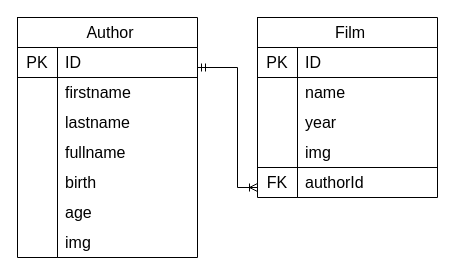
Earlier version of the draw.io diagram analysis/logicalModelV1.drawio (RafVersi/SeenIt). Source tidied: cells renumbered, new cells numbered last; positions are measured from the earlier drawing's top-left corner, leaving out a move shared by most shapes. Both pictures are drawn from the tidied source at 100%, with x=0, y=0 at pixel (17, 17).
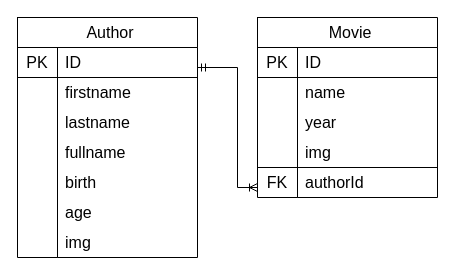
The same diagram, later.

Commit message (it also covers changes not shown here):
prisma meets the requirments for sprint 1. Modified the logical model and ignore migrations.

Change to the diagram source:
```diff
@@
-    <mxCell id="29" value="Film" style="shape=partialRectangle;html=1;whiteSpace=wrap;fillColor=none;top=1;left=0;bottom=1;right=1;align=center;spacingLeft=6;overflow=hidden;strokeColor=inherit;fontSize=16;fontFamily=Helvetica;fontColor=default;labelBackgroundColor=none;" parent="1" vertex="1">
+    <mxCell id="29" value="Movie" style="shape=partialRectangle;html=1;whiteSpace=wrap;fillColor=none;top=1;left=0;bottom=1;right=1;align=center;spacingLeft=6;overflow=hidden;strokeColor=inherit;fontSize=16;fontFamily=Helvetica;fontColor=default;labelBackgroundColor=none;" parent="1" vertex="1">
       <mxGeometry x="240" width="180" height="30" as="geometry" />
     </mxCell>
```
